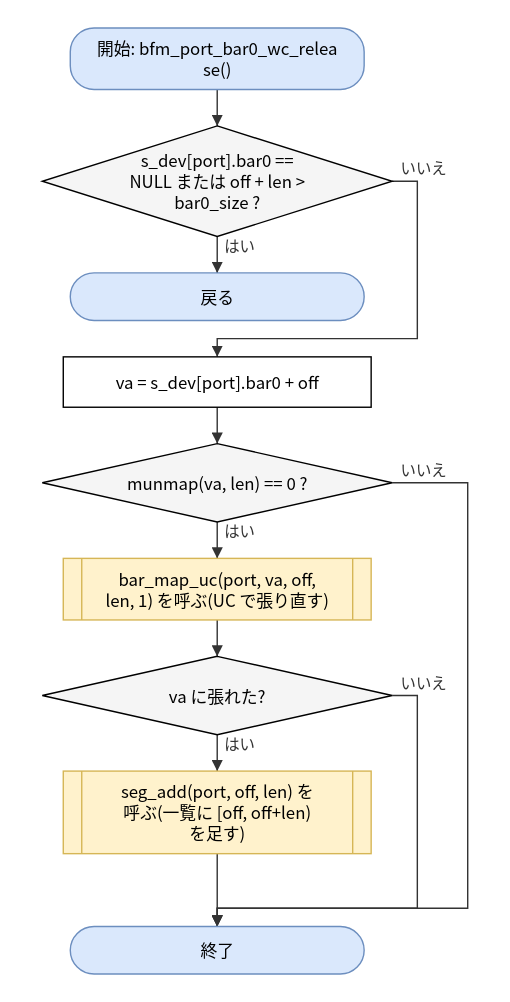
This is doc/spec/images/flow_port_linux_vfio_port_linux-bfm_port_bar0_wc_release.drawio.svg from hf355051012-ai/bfmem, a draw.io export, as it was before one commit. Source tidied: cells renumbered, new cells last; positions are measured from the earlier drawing's top-left corner, leaving out a move shared by most shapes.
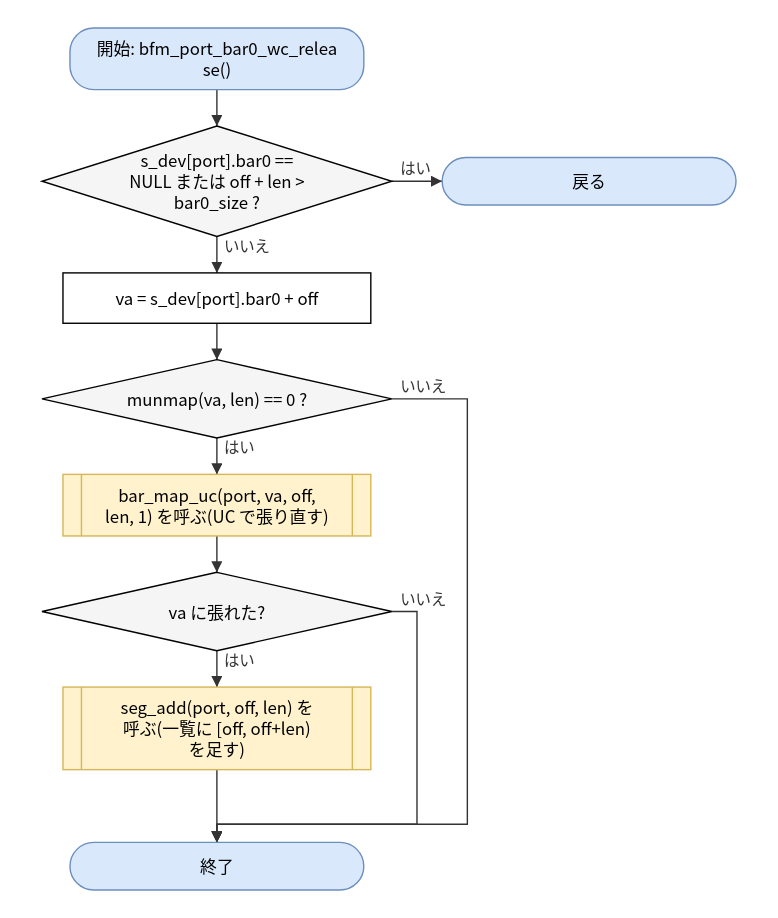
The same file after the commit.

Change to the diagram source:
```diff
@@ -3,13 +3,13 @@
     <mxCell id="0" />
     <mxCell id="1" parent="0" />
     <mxCell id="2" value="開始: bfm_port_bar0_wc_relea&lt;br&gt;se()" style="rounded=1;arcSize=50;whiteSpace=wrap;html=1;fillColor=#dae8fc;strokeColor=#6c8ebf;" parent="1" vertex="1">
-      <mxGeometry x="20" width="210" height="44" as="geometry" />
+      <mxGeometry x="20" y="60" width="210" height="44" as="geometry" />
     </mxCell>
     <mxCell id="3" value="s_dev[port].bar0 ==&lt;br&gt;NULL または off + len &amp;gt;&lt;br&gt;bar0_size ?" style="rhombus;whiteSpace=wrap;html=1;fillColor=#f5f5f5;" parent="1" vertex="1">
-      <mxGeometry y="70" width="250" height="79" as="geometry" />
+      <mxGeometry y="130" width="250" height="79" as="geometry" />
     </mxCell>
     <mxCell id="4" value="戻る" style="rounded=1;arcSize=50;whiteSpace=wrap;html=1;fillColor=#dae8fc;strokeColor=#6c8ebf;" parent="1" vertex="1">
-      <mxGeometry x="20" y="175" width="210" height="34" as="geometry" />
+      <mxGeometry x="286" y="152.5" width="210" height="34" as="geometry" />
     </mxCell>
     <mxCell id="5" value="va = s_dev[port].bar0 + off" style="rounded=0;whiteSpace=wrap;html=1;" parent="1" vertex="1">
       <mxGeometry x="15" y="235" width="220" height="36" as="geometry" />
@@ -32,17 +32,11 @@
     <mxCell id="11" style="edgeStyle=none;html=1;rounded=0;endArrow=block;endFill=1;exitX=0.5000;exitY=1.0000;exitDx=0;exitDy=0;exitPerimeter=0;entryX=0.5000;entryY=0.0000;entryDx=0;entryDy=0;entryPerimeter=0;" parent="1" edge="1" source="2" target="3">
       <mxGeometry relative="1" as="geometry" />
     </mxCell>
-    <mxCell id="12" value="はい" style="edgeStyle=none;html=1;rounded=0;endArrow=block;endFill=1;exitX=0.5000;exitY=1.0000;exitDx=0;exitDy=0;exitPerimeter=0;entryX=0.5000;entryY=0.0000;entryDx=0;entryDy=0;entryPerimeter=0;" parent="1" edge="1" source="3" target="4">
+    <mxCell id="12" value="はい" style="edgeStyle=none;html=1;rounded=0;endArrow=block;endFill=1;exitX=1.0000;exitY=0.5000;exitDx=0;exitDy=0;exitPerimeter=0;entryX=0.0000;entryY=0.5000;entryDx=0;entryDy=0;entryPerimeter=0;" parent="1" edge="1" source="3" target="4">
       <mxGeometry relative="1" as="geometry" />
     </mxCell>
-    <mxCell id="13" value="いいえ" style="edgeStyle=none;html=1;rounded=0;endArrow=block;endFill=1;exitX=1.0000;exitY=0.5000;exitDx=0;exitDy=0;exitPerimeter=0;entryX=0.5000;entryY=0.0000;entryDx=0;entryDy=0;entryPerimeter=0;" parent="1" edge="1" source="3" target="5">
-      <mxGeometry relative="1" as="geometry">
-        <Array as="points">
-          <mxPoint x="268" y="109.5" />
-          <mxPoint x="268" y="222" />
-          <mxPoint x="125" y="222" />
-        </Array>
-      </mxGeometry>
+    <mxCell id="13" value="いいえ" style="edgeStyle=none;html=1;rounded=0;endArrow=block;endFill=1;exitX=0.5000;exitY=1.0000;exitDx=0;exitDy=0;exitPerimeter=0;entryX=0.5000;entryY=0.0000;entryDx=0;entryDy=0;entryPerimeter=0;" parent="1" edge="1" source="3" target="5">
+      <mxGeometry relative="1" as="geometry" />
     </mxCell>
     <mxCell id="14" style="edgeStyle=none;html=1;rounded=0;endArrow=block;endFill=1;exitX=0.5000;exitY=1.0000;exitDx=0;exitDy=0;exitPerimeter=0;entryX=0.5000;entryY=0.0000;entryDx=0;entryDy=0;entryPerimeter=0;" parent="1" edge="1" source="5" target="6">
       <mxGeometry relative="1" as="geometry" />
```
